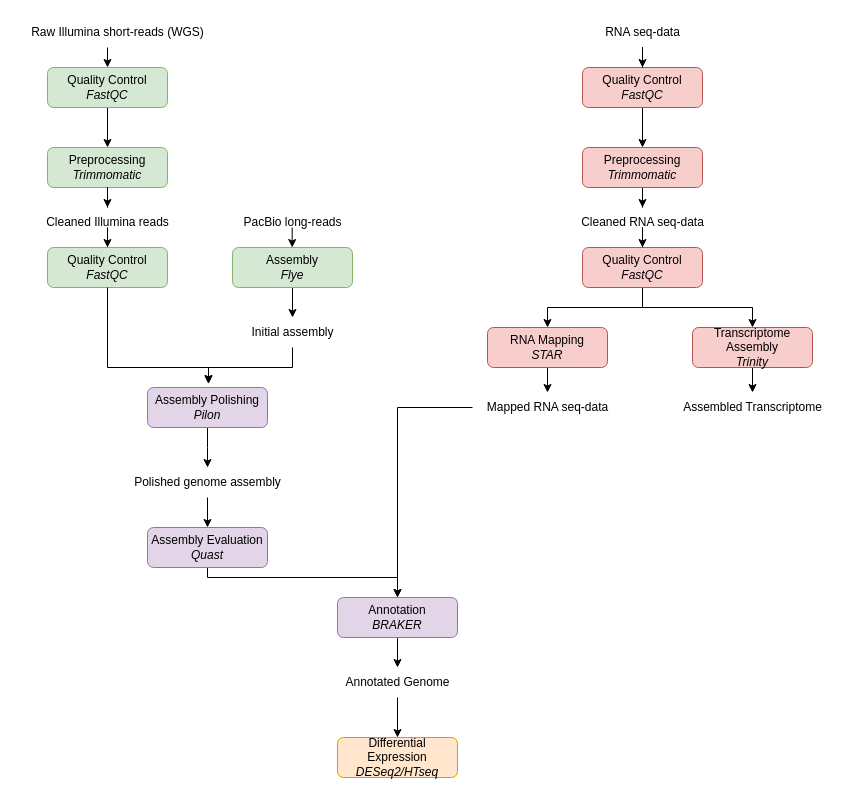
This is Namnlöst diagram.drawio from ralfcat/Durian_fruit_genomeanalysis, a draw.io file, before an edit. Source tidied: cells renumbered, new cells numbered last; positions are measured from the earlier drawing's top-left corner, leaving out a move shared by most shapes. Both pictures are drawn from the tidied source at 100%, with x=0, y=0 at pixel (17, 17).
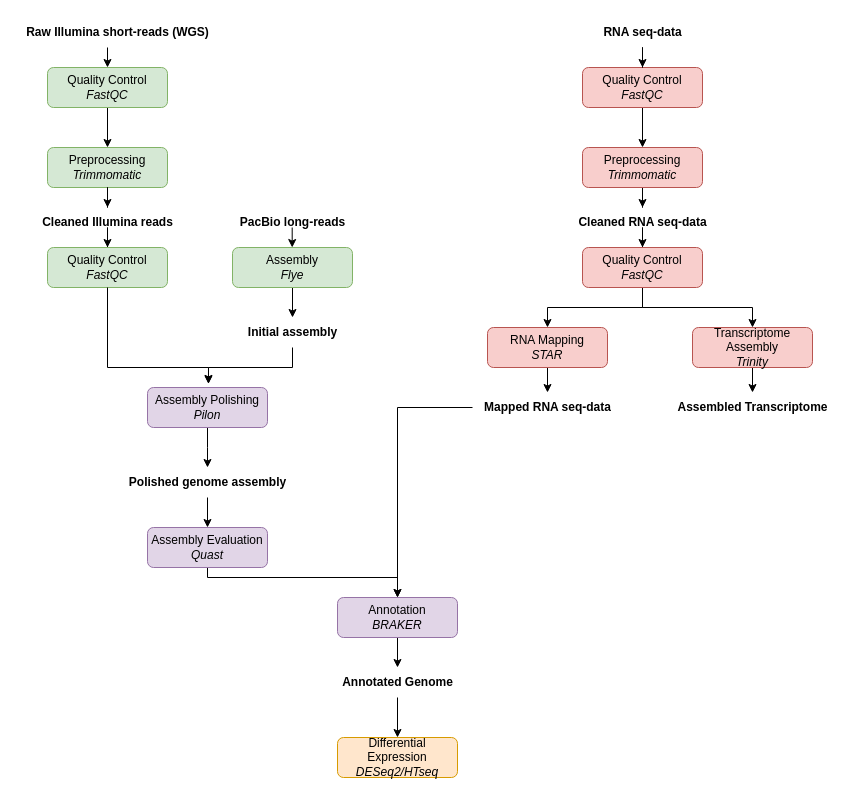
The same page after the edit.

The edit, as a diff of the source:
```diff
@@
-    <mxCell id="5" value="Raw Illumina short-reads (WGS)" style="text;html=1;align=center;verticalAlign=middle;points=[];strokeColor=none;fillColor=none;" parent="1" vertex="1">
+    <mxCell id="5" value="&lt;b&gt;Raw Illumina short-reads (WGS)&lt;/b&gt;" style="text;html=1;align=center;verticalAlign=middle;points=[];strokeColor=none;fillColor=none;" parent="1" vertex="1">
       <mxGeometry width="200" height="30" as="geometry" />
     </mxCell>
@@
-    <mxCell id="11" value="PacBio long-reads" style="text;html=1;align=center;verticalAlign=middle;strokeColor=none;fillColor=none;" parent="1" vertex="1">
+    <mxCell id="11" value="&lt;b&gt;PacBio long-reads&lt;/b&gt;" style="text;html=1;align=center;verticalAlign=middle;strokeColor=none;fillColor=none;" parent="1" vertex="1">
       <mxGeometry x="210" y="190" width="130" height="30" as="geometry" />
     </mxCell>
@@
-    <mxCell id="15" value="Cleaned Illumina reads" style="text;html=1;align=center;verticalAlign=middle;points=[];strokeColor=none;fillColor=none;" parent="1" vertex="1">
+    <mxCell id="15" value="&lt;b&gt;Cleaned Illumina reads&lt;/b&gt;" style="text;html=1;align=center;verticalAlign=middle;points=[];strokeColor=none;fillColor=none;" parent="1" vertex="1">
       <mxGeometry x="15" y="190" width="150" height="30" as="geometry" />
     </mxCell>
-    <mxCell id="16" value="Initial assembly" style="text;html=1;align=center;verticalAlign=middle;points=[];strokeColor=none;fillColor=none;" parent="1" vertex="1">
+    <mxCell id="16" value="&lt;b&gt;Initial assembly&lt;/b&gt;" style="text;html=1;align=center;verticalAlign=middle;points=[];strokeColor=none;fillColor=none;" parent="1" vertex="1">
       <mxGeometry x="220" y="300" width="110" height="30" as="geometry" />
     </mxCell>
@@
-    <mxCell id="21" value="Polished genome assembly" style="text;html=1;align=center;verticalAlign=middle;points=[];strokeColor=none;fillColor=none;" parent="1" vertex="1">
+    <mxCell id="21" value="&lt;b&gt;Polished genome assembly&lt;/b&gt;" style="text;html=1;align=center;verticalAlign=middle;points=[];strokeColor=none;fillColor=none;" parent="1" vertex="1">
       <mxGeometry x="100" y="450" width="180" height="30" as="geometry" />
     </mxCell>
@@
-    <mxCell id="27" value="RNA seq-data" style="text;html=1;align=center;verticalAlign=middle;points=[];strokeColor=none;fillColor=none;" parent="1" vertex="1">
+    <mxCell id="27" value="&lt;b&gt;RNA seq-data&lt;/b&gt;" style="text;html=1;align=center;verticalAlign=middle;points=[];strokeColor=none;fillColor=none;" parent="1" vertex="1">
       <mxGeometry x="575" width="100" height="30" as="geometry" />
     </mxCell>
@@
-    <mxCell id="31" value="Cleaned RNA seq-data" style="text;html=1;align=center;verticalAlign=middle;points=[];strokeColor=none;fillColor=none;" parent="1" vertex="1">
+    <mxCell id="31" value="&lt;b&gt;Cleaned RNA seq-data&lt;/b&gt;" style="text;html=1;align=center;verticalAlign=middle;points=[];strokeColor=none;fillColor=none;" parent="1" vertex="1">
       <mxGeometry x="550" y="190" width="150" height="30" as="geometry" />
     </mxCell>
@@
-    <mxCell id="37" value="Assembled Transcriptome" style="text;html=1;align=center;verticalAlign=middle;points=[];strokeColor=none;fillColor=none;" parent="1" vertex="1">
+    <mxCell id="37" value="&lt;b&gt;Assembled Transcriptome&lt;/b&gt;" style="text;html=1;align=center;verticalAlign=middle;points=[];strokeColor=none;fillColor=none;" parent="1" vertex="1">
       <mxGeometry x="650" y="375" width="170" height="30" as="geometry" />
     </mxCell>
@@
-    <mxCell id="44" value="Mapped RNA seq-data" style="text;html=1;align=center;verticalAlign=middle;points=[];strokeColor=none;fillColor=none;" parent="1" vertex="1">
+    <mxCell id="44" value="&lt;b&gt;Mapped RNA seq-data&lt;/b&gt;" style="text;html=1;align=center;verticalAlign=middle;points=[];strokeColor=none;fillColor=none;" parent="1" vertex="1">
       <mxGeometry x="455" y="375" width="150" height="30" as="geometry" />
     </mxCell>
@@
-    <mxCell id="46" value="Annotated Genome" style="text;html=1;align=center;verticalAlign=middle;points=[];strokeColor=none;fillColor=none;" parent="1" vertex="1">
+    <mxCell id="46" value="&lt;b&gt;Annotated Genome&lt;/b&gt;" style="text;html=1;align=center;verticalAlign=middle;points=[];strokeColor=none;fillColor=none;" parent="1" vertex="1">
       <mxGeometry x="315" y="650" width="130" height="30" as="geometry" />
     </mxCell>
```
